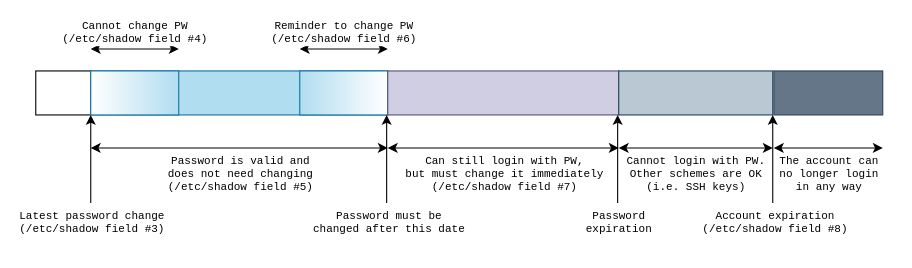
Earlier version of the draw.io diagram rsrc/pw_aging.drawio (binary-manu/binary-is-better). Source tidied: cells renumbered, new cells numbered last; positions are measured from the earlier drawing's top-left corner, leaving out a move shared by most shapes. Both pictures are drawn from the tidied source at 110%, with x=0, y=0 at pixel (35, 48).
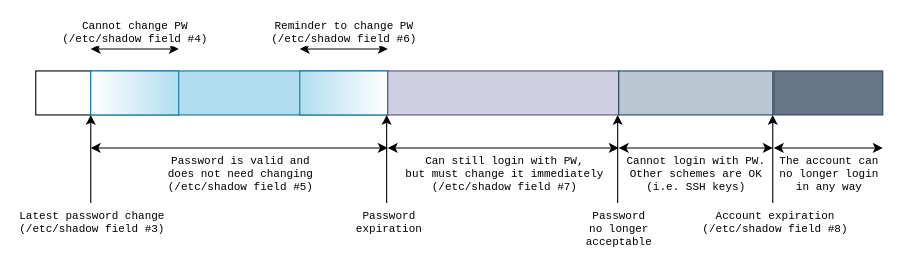
The same diagram, later.

Unchanged cells that the change refers to:
```xml
<mxCell id="12" style="endArrow=classic;html=1;fontFamily=Courier New;fontSize=10;" parent="1" edge="1">
  <mxGeometry relative="1" as="geometry">
    <mxPoint x="319" y="140" as="sourcePoint" />
    <mxPoint x="319" y="60" as="targetPoint" />
  </mxGeometry>
</mxCell>
<mxCell id="17" style="endArrow=classic;html=1;labelPosition=right;verticalLabelPosition=bottom;align=left;verticalAlign=top;fontFamily=Courier New;fontSize=10;" parent="1" edge="1">
  <mxGeometry relative="1" as="geometry">
    <mxPoint x="529" y="140" as="sourcePoint" />
    <mxPoint x="529" y="60" as="targetPoint" />
  </mxGeometry>
</mxCell>
```

What changed in the source:
```diff
@@
-    <mxCell id="13" value="&lt;div style=&quot;font-size: 10px;&quot;&gt;Password must be&lt;/div&gt;&lt;div style=&quot;font-size: 10px;&quot;&gt;changed after this date&lt;br style=&quot;font-size: 10px;&quot;&gt;&lt;/div&gt;" style="edgeLabel;html=1;align=center;verticalAlign=top;labelPosition=left;verticalLabelPosition=bottom;fontFamily=Courier New;fontSize=10;" parent="12" vertex="1">
+    <mxCell id="13" value="&lt;div style=&quot;font-size: 10px&quot;&gt;Password&lt;/div&gt;&lt;div style=&quot;font-size: 10px&quot;&gt;expiration&lt;/div&gt;" style="edgeLabel;html=1;align=center;verticalAlign=top;labelPosition=left;verticalLabelPosition=bottom;fontFamily=Courier New;fontSize=10;" parent="12" vertex="1">
       <mxGeometry x="-0.4" y="-5" relative="1" as="geometry">
         <mxPoint x="-4" y="24" as="offset" />
       </mxGeometry>
     </mxCell>
@@
-    <mxCell id="18" value="&lt;div style=&quot;font-size: 10px&quot;&gt;Password&lt;/div&gt;&lt;div style=&quot;font-size: 10px&quot;&gt;expiration&lt;br style=&quot;font-size: 10px&quot;&gt;&lt;/div&gt;" style="edgeLabel;html=1;align=center;verticalAlign=top;labelPosition=left;verticalLabelPosition=bottom;fontFamily=Courier New;fontSize=10;" parent="17" vertex="1">
+    <mxCell id="18" value="&lt;div style=&quot;font-size: 10px&quot;&gt;Password&lt;/div&gt;&lt;div style=&quot;font-size: 10px&quot;&gt;no longer&lt;br style=&quot;font-size: 10px&quot;&gt;&lt;/div&gt;&lt;div style=&quot;font-size: 10px&quot;&gt;acceptable&lt;/div&gt;" style="edgeLabel;html=1;align=center;verticalAlign=top;labelPosition=left;verticalLabelPosition=bottom;fontFamily=Courier New;fontSize=10;" parent="17" vertex="1">
       <mxGeometry x="-0.4" y="-5" relative="1" as="geometry">
         <mxPoint x="-5" y="24" as="offset" />
       </mxGeometry>
     </mxCell>
```
